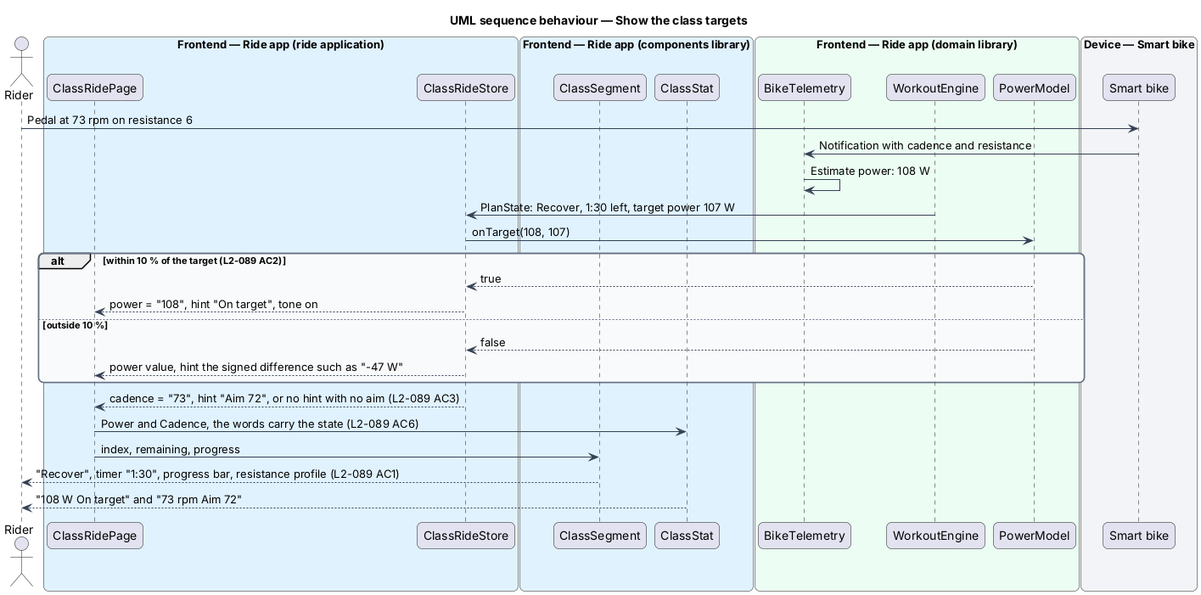
QuinntyneBrown/ride-one keeps this PlantUML diagram as docs/detailed-designs/class-ride/ride-the-class/diagrams/sequence-show-the-class-targets.png. Above is the earlier version. Source of this version:
```plantuml
@startuml
title UML sequence behaviour — Show the class targets
skinparam backgroundColor #FFFFFF
skinparam shadowing false
skinparam roundcorner 12
skinparam defaultFontName Arial
skinparam ArrowColor #344054
skinparam rectangle {
  BorderColor #344054
  FontColor #101828
}
skinparam package {
  BorderColor #667085
  FontColor #101828
  BackgroundColor #F9FAFB
}
actor "Rider" as rider
box "Frontend — Ride app (ride application)" #E0F2FE
  participant "ClassRidePage" as page
  participant "ClassRideStore" as store
end box
box "Frontend — Ride app (components library)" #E0F2FE
  participant "ClassSegment" as seg
  participant "ClassStat" as stat
end box
box "Frontend — Ride app (domain library)" #ECFDF3
  participant "BikeTelemetry" as telemetry
  participant "WorkoutEngine" as engine
  participant "PowerModel" as model
end box
box "Device — Smart bike" #F2F4F7
  participant "Smart bike" as bike
end box
rider -> bike : Pedal at 73 rpm on resistance 6
bike -> telemetry : Notification with cadence and resistance
telemetry -> telemetry : Estimate power: 108 W
engine -> store : PlanState: Recover, 1:30 left, target power 107 W
store -> model : onTarget(108, 107)
alt within 10 % of the target (L2-089 AC2)
  model --> store : true
  store --> page : power = "108", hint "On target", tone on
else outside 10 %
  model --> store : false
  store --> page : power value, hint the signed difference such as "-47 W"
end
store --> page : cadence = "73", hint "Aim 72", or no hint with no aim (L2-089 AC3)
page -> stat : Power and Cadence, the words carry the state (L2-089 AC6)
page -> seg : index, remaining, progress
seg --> rider : "Recover", timer "1:30", progress bar, resistance profile (L2-089 AC1)
stat --> rider : "108 W On target" and "73 rpm Aim 72"
@enduml
```
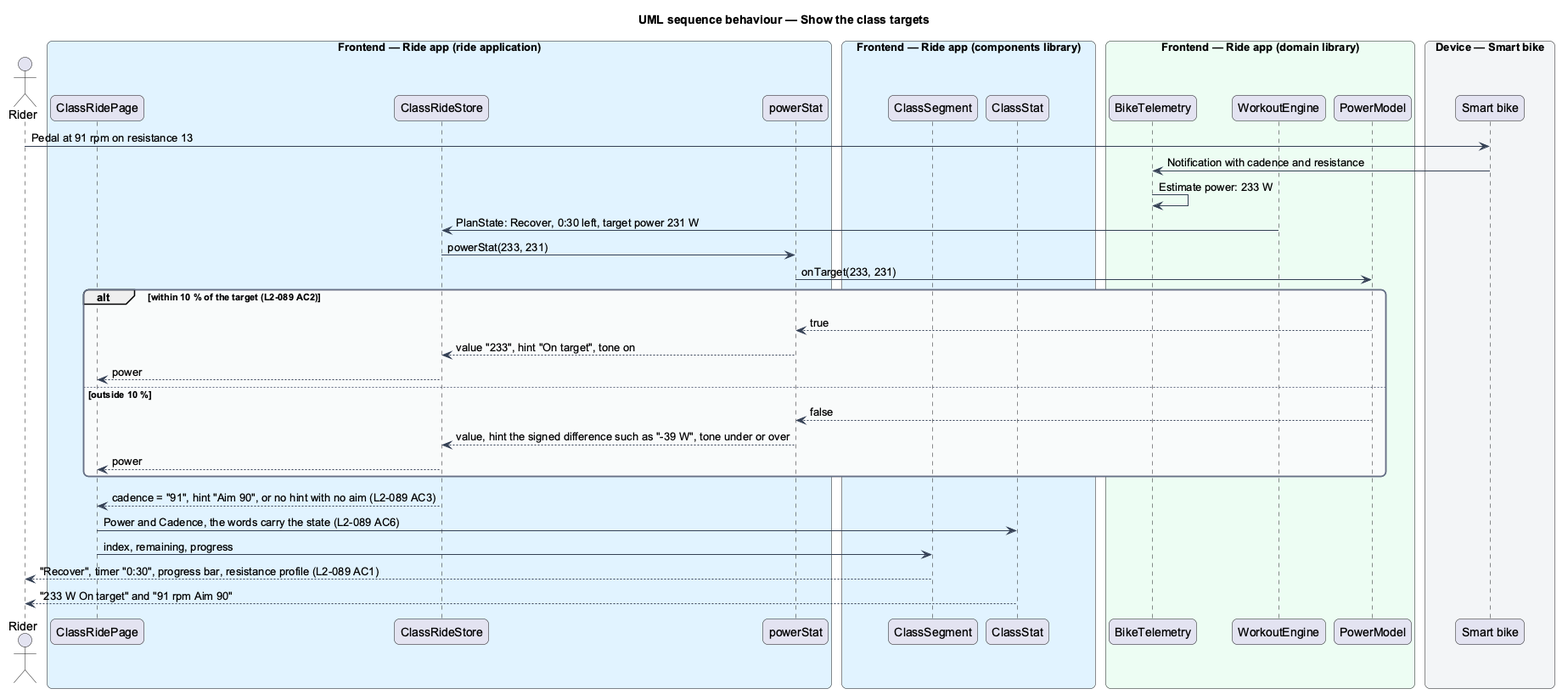
The same diagram one commit later.

Diff of the diagram source:
```diff
@@ -18,6 +18,7 @@
 box "Frontend — Ride app (ride application)" #E0F2FE
   participant "ClassRidePage" as page
   participant "ClassRideStore" as store
+  participant "powerStat" as helper
 end box
 box "Frontend — Ride app (components library)" #E0F2FE
   participant "ClassSegment" as seg
@@ -31,21 +32,24 @@
 box "Device — Smart bike" #F2F4F7
   participant "Smart bike" as bike
 end box
-rider -> bike : Pedal at 73 rpm on resistance 6
+rider -> bike : Pedal at 91 rpm on resistance 13
 bike -> telemetry : Notification with cadence and resistance
-telemetry -> telemetry : Estimate power: 108 W
-engine -> store : PlanState: Recover, 1:30 left, target power 107 W
-store -> model : onTarget(108, 107)
+telemetry -> telemetry : Estimate power: 233 W
+engine -> store : PlanState: Recover, 0:30 left, target power 231 W
+store -> helper : powerStat(233, 231)
+helper -> model : onTarget(233, 231)
 alt within 10 % of the target (L2-089 AC2)
-  model --> store : true
-  store --> page : power = "108", hint "On target", tone on
+  model --> helper : true
+  helper --> store : value "233", hint "On target", tone on
+  store --> page : power
 else outside 10 %
-  model --> store : false
-  store --> page : power value, hint the signed difference such as "-47 W"
+  model --> helper : false
+  helper --> store : value, hint the signed difference such as "-39 W", tone under or over
+  store --> page : power
 end
-store --> page : cadence = "73", hint "Aim 72", or no hint with no aim (L2-089 AC3)
+store --> page : cadence = "91", hint "Aim 90", or no hint with no aim (L2-089 AC3)
 page -> stat : Power and Cadence, the words carry the state (L2-089 AC6)
 page -> seg : index, remaining, progress
-seg --> rider : "Recover", timer "1:30", progress bar, resistance profile (L2-089 AC1)
-stat --> rider : "108 W On target" and "73 rpm Aim 72"
+seg --> rider : "Recover", timer "0:30", progress bar, resistance profile (L2-089 AC1)
+stat --> rider : "233 W On target" and "91 rpm Aim 90"
 @enduml
```
